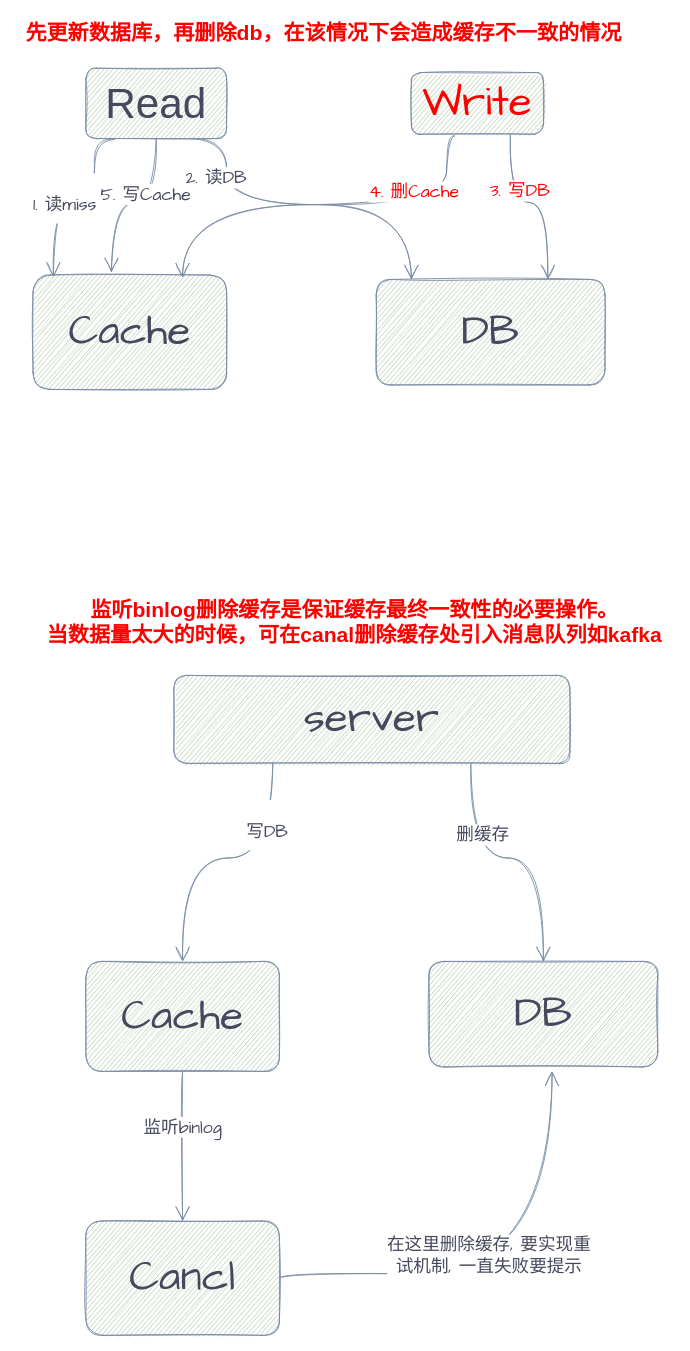
Before: drawio/缓存.drawio in Zzaniu/drawio, a draw.io diagram. Source tidied: cells renumbered, new cells numbered last; positions are measured from the earlier drawing's top-left corner, leaving out a move shared by most shapes. Both pictures are drawn from the tidied source at 88%, with x=0, y=0 at pixel (15, 15).
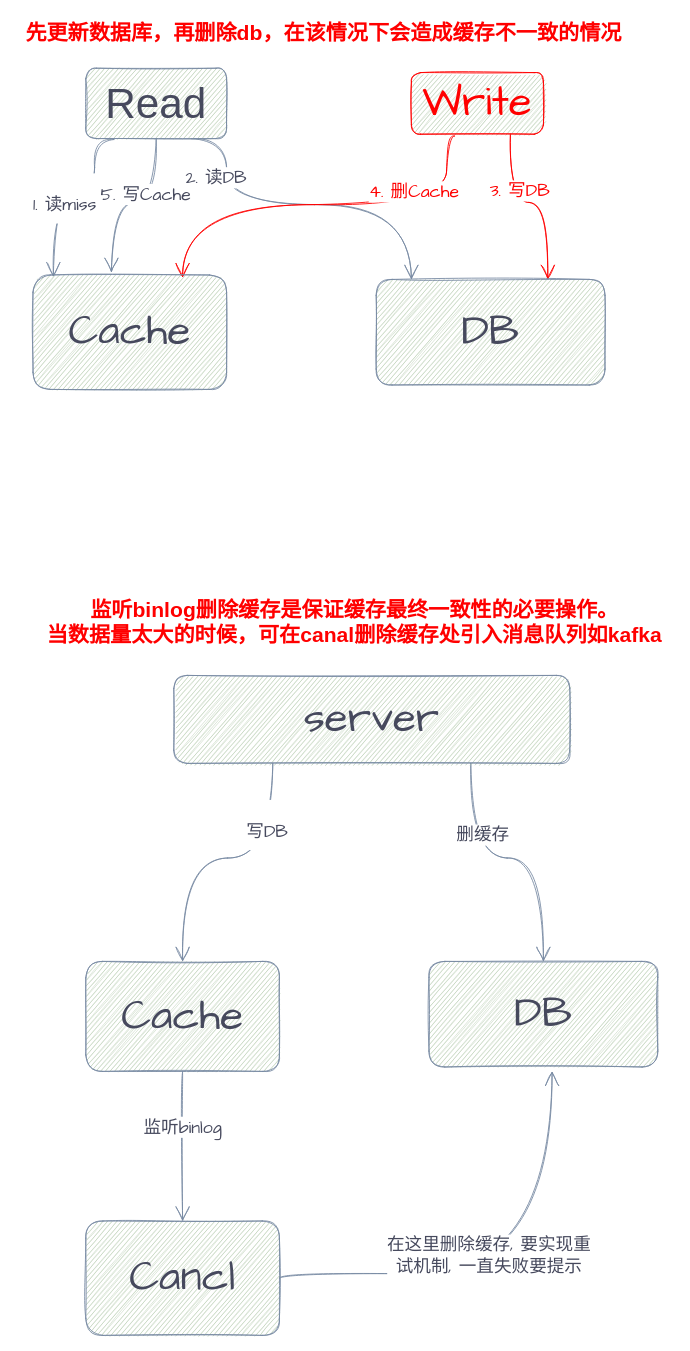
Above is the later version.

Unchanged cells that the change refers to:
```xml
<mxCell id="15" value="&lt;font style=&quot;font-size: 48px;&quot;&gt;DB&lt;/font&gt;" style="rounded=1;whiteSpace=wrap;html=1;sketch=1;hachureGap=4;fontFamily=Architects Daughter;fontSize=20;fontColor=#46495D;strokeColor=#788AA3;fillColor=#B2C9AB;" parent="1" vertex="1">
  <mxGeometry x="410" y="300" width="260" height="120" as="geometry" />
</mxCell>
```

What changed in the source:
```diff
@@
-    <mxCell id="9" style="edgeStyle=orthogonalEdgeStyle;curved=1;rounded=0;sketch=1;hachureGap=4;jettySize=auto;html=1;exitX=0.75;exitY=1;exitDx=0;exitDy=0;entryX=0.75;entryY=0;entryDx=0;entryDy=0;fontFamily=Architects Daughter;fontSize=20;fontColor=#46495D;endArrow=open;startSize=14;endSize=14;sourcePerimeterSpacing=8;targetPerimeterSpacing=8;strokeColor=#788AA3;fillColor=#B2C9AB;" parent="1" edge="1" source="13" target="15">
+    <mxCell id="9" style="edgeStyle=orthogonalEdgeStyle;curved=1;rounded=0;sketch=1;hachureGap=4;jettySize=auto;html=1;exitX=0.75;exitY=1;exitDx=0;exitDy=0;entryX=0.75;entryY=0;entryDx=0;entryDy=0;fontFamily=Architects Daughter;fontSize=20;fontColor=#46495D;endArrow=open;startSize=14;endSize=14;sourcePerimeterSpacing=8;targetPerimeterSpacing=8;strokeColor=#FF0000;fillColor=#B2C9AB;" parent="1" edge="1" source="13" target="15">
       <mxGeometry relative="1" as="geometry" />
     </mxCell>
@@
-    <mxCell id="11" style="edgeStyle=orthogonalEdgeStyle;curved=1;rounded=0;sketch=1;hachureGap=4;jettySize=auto;html=1;exitX=0.327;exitY=1.029;exitDx=0;exitDy=0;entryX=0.723;entryY=-0.015;entryDx=0;entryDy=0;entryPerimeter=0;fontFamily=Architects Daughter;fontSize=20;fontColor=#46495D;endArrow=open;startSize=14;endSize=14;sourcePerimeterSpacing=8;targetPerimeterSpacing=8;strokeColor=#788AA3;fillColor=#B2C9AB;exitPerimeter=0;" parent="1" edge="1" source="13">
+    <mxCell id="11" style="edgeStyle=orthogonalEdgeStyle;curved=1;rounded=0;sketch=1;hachureGap=4;jettySize=auto;html=1;exitX=0.327;exitY=1.029;exitDx=0;exitDy=0;entryX=0.723;entryY=-0.015;entryDx=0;entryDy=0;entryPerimeter=0;fontFamily=Architects Daughter;fontSize=20;fontColor=#46495D;endArrow=open;startSize=14;endSize=14;sourcePerimeterSpacing=8;targetPerimeterSpacing=8;strokeColor=#FF0000;fillColor=#B2C9AB;exitPerimeter=0;" parent="1" edge="1" source="13">
       <mxGeometry relative="1" as="geometry">
         <mxPoint x="190" y="298" as="targetPoint" />
         <Array as="points">
           <mxPoint x="490" y="137" />
           <mxPoint x="490" y="215" />
           <mxPoint x="190" y="215" />
         </Array>
       </mxGeometry>
     </mxCell>
@@
-    <mxCell id="13" value="&lt;font color=&quot;#ff0000&quot; style=&quot;font-size: 48px;&quot;&gt;Write&lt;/font&gt;" style="rounded=1;whiteSpace=wrap;html=1;sketch=1;hachureGap=4;fontFamily=Architects Daughter;fontSize=20;fontColor=#46495D;strokeColor=#788AA3;fillColor=#B2C9AB;" parent="1" vertex="1">
+    <mxCell id="13" value="&lt;font color=&quot;#ff0000&quot; style=&quot;font-size: 48px;&quot;&gt;Write&lt;/font&gt;" style="rounded=1;whiteSpace=wrap;html=1;sketch=1;hachureGap=4;fontFamily=Architects Daughter;fontSize=20;fontColor=#46495D;strokeColor=#FF0000;fillColor=#B2C9AB;" parent="1" vertex="1">
       <mxGeometry x="450" y="65" width="150" height="70" as="geometry" />
     </mxCell>
```
